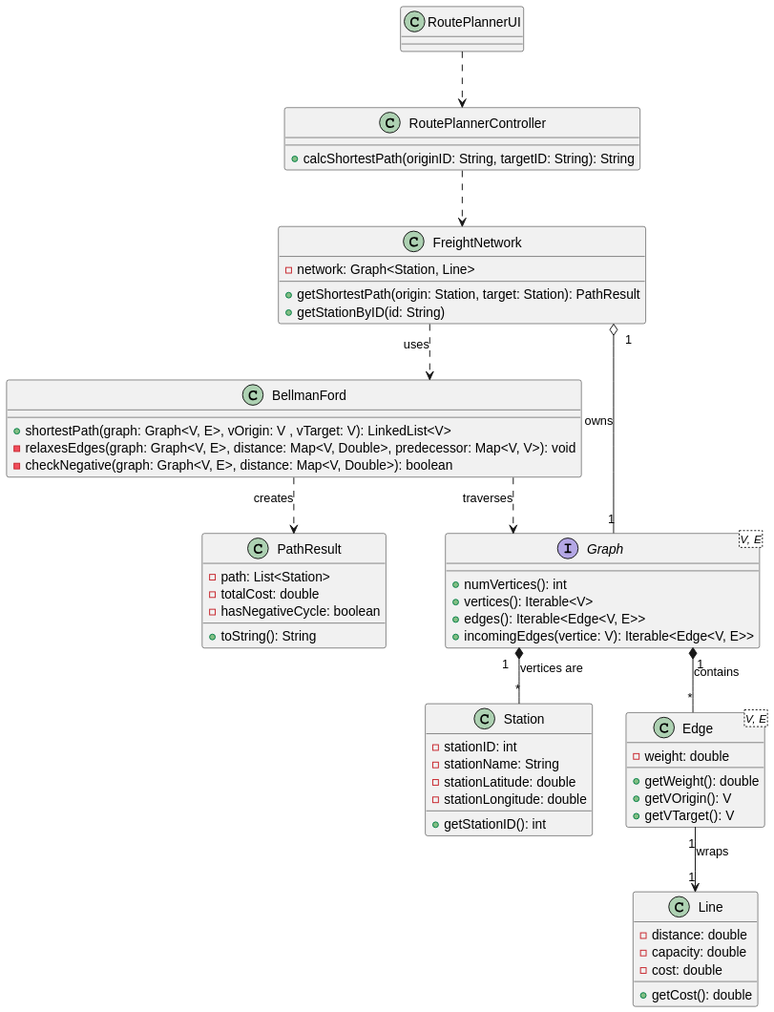
Earlier version of the PlantUML export doc/sprint-3/usei15/03. design/svg/USEI15-CD.svg (ivasduarte/logistics-on-rails).
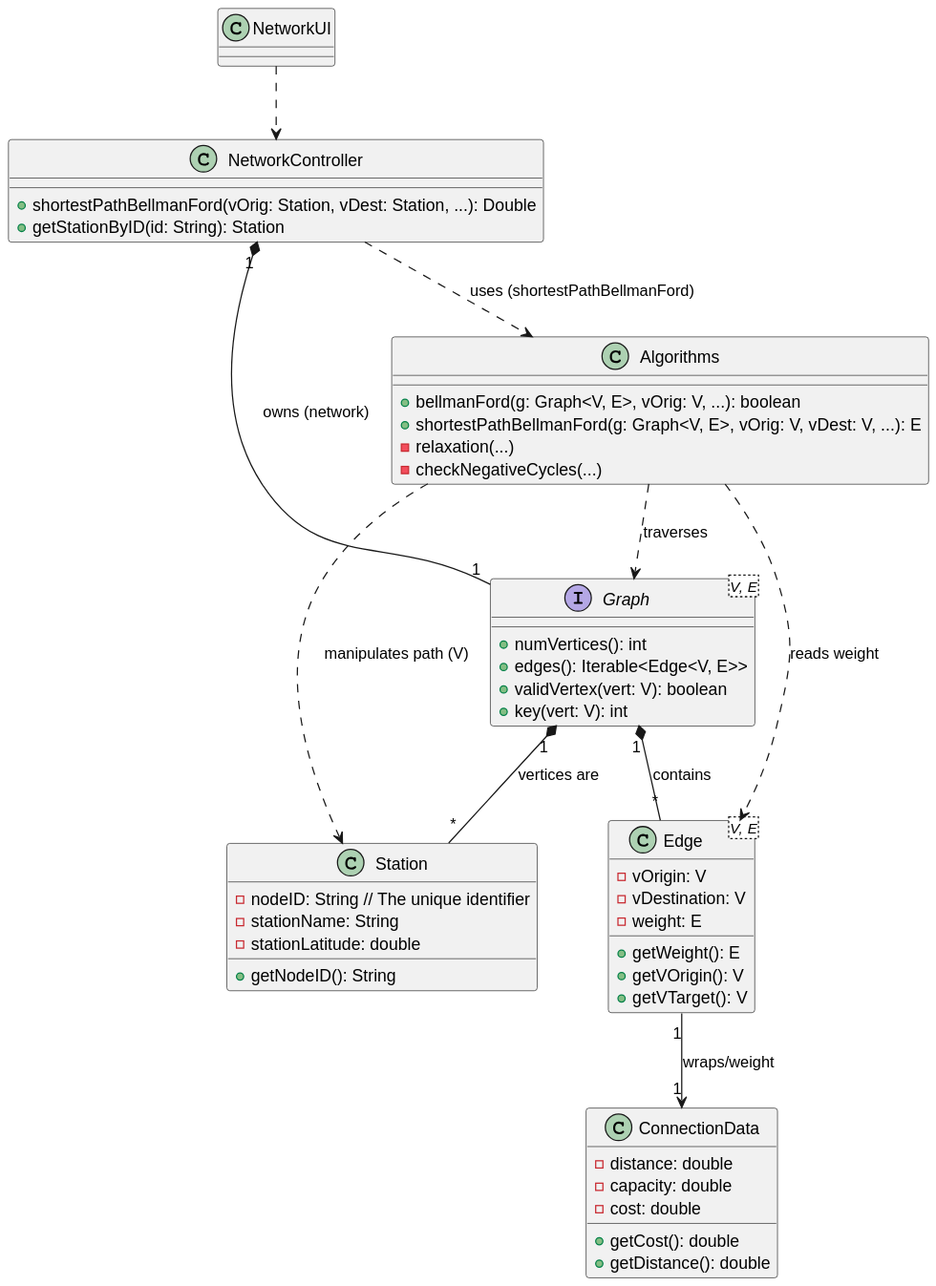
After the change.

What changed in the source:
```diff
@@ -1,69 +1,64 @@
 @startuml
 skinparam classAttributeSize 8
-skinparam linetype ortho
 
-class RoutePlannerUI{}
+class NetworkUI{}
 
-class RoutePlannerController{
-    + calcShortestPath(originID: String, targetID: String): String
+class NetworkController{
+    + shortestPathBellmanFord(vOrig: Station, vDest: Station, ...): Double
+    + getStationByID(id: String): Station
 }
 
-class FreightNetwork{
-    - network: Graph<Station, Line>
-    + getShortestPath(origin: Station, target: Station): PathResult
-    + getStationByID(id: String)
-}
-
-class Station{
-    - stationID: int
-    - stationName: String
-    - stationLatitude: double
-    - stationLongitude: double
-    + getStationID(): int
-}
-
-class Line{
+class ConnectionData{
     - distance: double
     - capacity: double
     - cost: double
     + getCost(): double
+    + getDistance(): double
 }
 
-class PathResult{
-    - path: List<Station>
-    - totalCost: double
-    - hasNegativeCycle: boolean
-    + toString(): String
+class Station{
+    - nodeID: String // The unique identifier
+    - stationName: String
+    - stationLatitude: double
+    + getNodeID(): String
 }
 
-class BellmanFord{
-    + shortestPath(graph: Graph<V, E>, vOrigin: V , vTarget: V): LinkedList<V>
-    - relaxesEdges(graph: Graph<V, E>, distance: Map<V, Double>, predecessor: Map<V, V>): void
-    - checkNegative(graph: Graph<V, E>, distance: Map<V, Double>): boolean
+class Algorithms{
+    + bellmanFord(g: Graph<V, E>, vOrig: V, ...): boolean
+    + shortestPathBellmanFord(g: Graph<V, E>, vOrig: V, vDest: V, ...): E
+    - relaxation(...)
+    - checkNegativeCycles(...)
 }
 
 interface Graph <V, E>{
     + numVertices(): int
-    + vertices(): Iterable<V>
     + edges(): Iterable<Edge<V, E>>
-    + incomingEdges(vertice: V): Iterable<Edge<V, E>>
+    + validVertex(vert: V): boolean
+    + key(vert: V): int
 }
 
 class Edge <V, E>{
-    - weight: double
-    + getWeight(): double
+    - vOrigin: V
+    - vDestination: V
+    - weight: E
+    + getWeight(): E
     + getVOrigin(): V
     + getVTarget(): V
 }
 
-RoutePlannerUI ..> RoutePlannerController
-RoutePlannerController ..> FreightNetwork
-FreightNetwork "1" o-- "1" Graph : owns
-FreightNetwork ..> BellmanFord : uses
-BellmanFord ..> PathResult : creates
-BellmanFord ..> Graph : traverses
+
+
+NetworkUI ..> NetworkController
+
+NetworkController "1" *-- "1" Graph : owns (network)
+NetworkController ..> Algorithms : uses (shortestPathBellmanFord)
 
 Graph "1" *-- "*" Edge : contains
 Graph "1" *-- "*" Station : vertices are
-Edge "1" --> "1" Line : wraps
+
+Edge "1" --> "1" ConnectionData : wraps/weight
+
+Algorithms ..> Graph : traverses
+Algorithms ..> Edge : reads weight
+Algorithms ..> Station : manipulates path (V)
 @enduml
```
